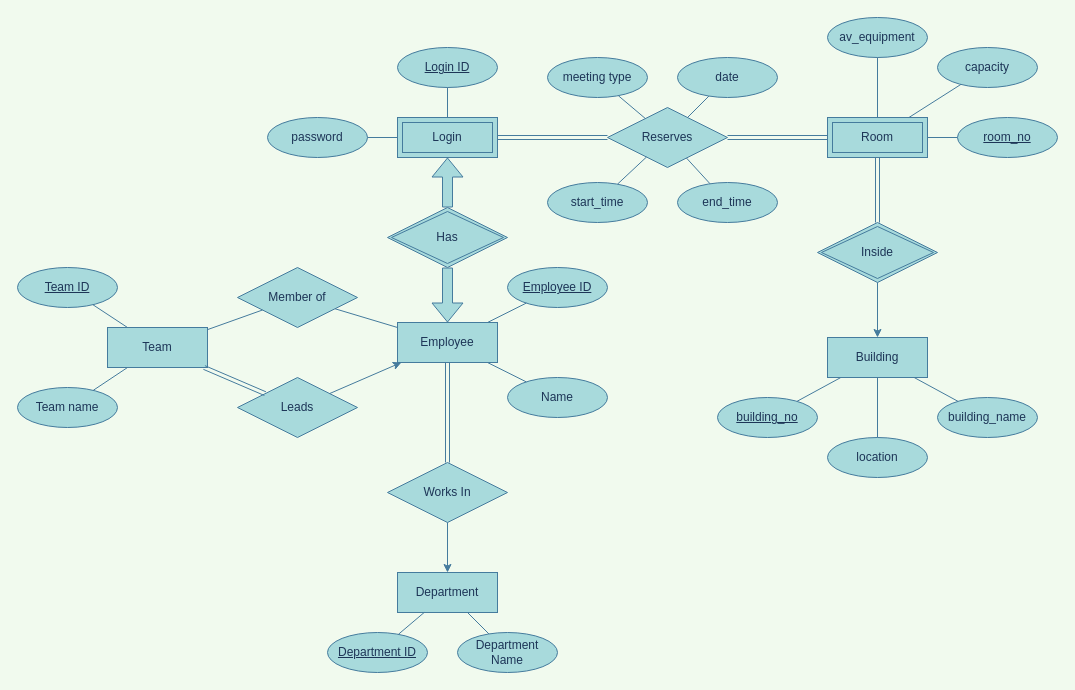
Above: er_design.drawio in caltimmons/bifx530_project (draw.io), before the change. Source tidied: cells renumbered, new cells numbered last; positions are measured from the earlier drawing's top-left corner, leaving out a move shared by most shapes. Both pictures are drawn from the tidied source at 100%, with x=0, y=0 at pixel (17, 17).
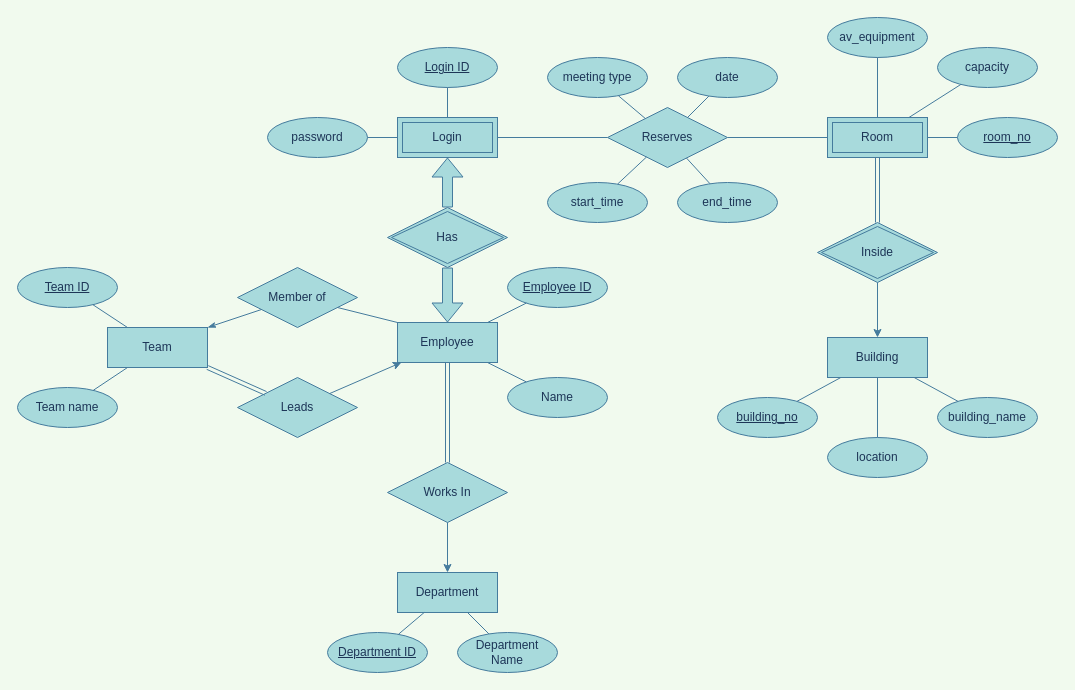
The same page after the edit.

Unchanged cells that the change refers to:
```xml
<mxCell id="3" value="Employee" style="whiteSpace=wrap;html=1;align=center;fillColor=#A8DADC;strokeColor=#457B9D;fontColor=#1D3557;" parent="1" vertex="1">
  <mxGeometry x="380" y="305" width="100" height="40" as="geometry" />
</mxCell>
<mxCell id="6" value="Reserves" style="shape=rhombus;perimeter=rhombusPerimeter;whiteSpace=wrap;html=1;align=center;fillColor=#A8DADC;strokeColor=#457B9D;fontColor=#1D3557;" parent="1" vertex="1">
  <mxGeometry x="590" y="90" width="120" height="60" as="geometry" />
</mxCell>
<mxCell id="7" value="Room" style="shape=ext;margin=3;double=1;whiteSpace=wrap;html=1;align=center;fillColor=#A8DADC;strokeColor=#457B9D;fontColor=#1D3557;" parent="1" vertex="1">
  <mxGeometry x="810" y="100" width="100" height="40" as="geometry" />
</mxCell>
<mxCell id="22" value="Team" style="whiteSpace=wrap;html=1;align=center;fillColor=#A8DADC;strokeColor=#457B9D;fontColor=#1D3557;" parent="1" vertex="1">
  <mxGeometry x="90" y="310" width="100" height="40" as="geometry" />
</mxCell>
<mxCell id="34" value="Member of" style="shape=rhombus;perimeter=rhombusPerimeter;whiteSpace=wrap;html=1;align=center;fillColor=#A8DADC;strokeColor=#457B9D;fontColor=#1D3557;" parent="1" vertex="1">
  <mxGeometry x="220" y="250" width="120" height="60" as="geometry" />
</mxCell>
<mxCell id="35" value="Leads" style="shape=rhombus;perimeter=rhombusPerimeter;whiteSpace=wrap;html=1;align=center;fillColor=#A8DADC;strokeColor=#457B9D;fontColor=#1D3557;" parent="1" vertex="1">
  <mxGeometry x="220" y="360" width="120" height="60" as="geometry" />
</mxCell>
<mxCell id="61" value="Login" style="shape=ext;margin=3;double=1;whiteSpace=wrap;html=1;align=center;strokeColor=#457B9D;fillColor=#A8DADC;fontColor=#1D3557;" parent="1" vertex="1">
  <mxGeometry x="380" y="100" width="100" height="40" as="geometry" />
</mxCell>
```

The edit, as a diff of the source:
```diff
@@
-    <mxCell id="2" style="edgeStyle=none;jettySize=auto;html=1;startArrow=none;startFill=0;endArrow=none;endFill=0;shape=link;strokeColor=#457B9D;fontColor=#1D3557;labelBackgroundColor=#F1FAEE;" parent="1" edge="1" source="61" target="6">
+    <mxCell id="2" style="edgeStyle=none;jettySize=auto;html=1;startArrow=none;startFill=0;endArrow=none;endFill=0;strokeColor=#457B9D;fontColor=#1D3557;labelBackgroundColor=#F1FAEE;" parent="1" edge="1" source="61" target="6">
       <mxGeometry relative="1" as="geometry" />
     </mxCell>
@@
-    <mxCell id="5" style="edgeStyle=none;jettySize=auto;html=1;startArrow=none;startFill=0;endArrow=none;endFill=0;shape=link;strokeColor=#457B9D;fontColor=#1D3557;labelBackgroundColor=#F1FAEE;" parent="1" edge="1" source="6" target="7">
+    <mxCell id="5" style="edgeStyle=none;jettySize=auto;html=1;startArrow=none;startFill=0;endArrow=none;endFill=0;strokeColor=#457B9D;fontColor=#1D3557;labelBackgroundColor=#F1FAEE;" parent="1" edge="1" source="6" target="7">
       <mxGeometry relative="1" as="geometry" />
     </mxCell>
@@
-    <mxCell id="36" style="endArrow=none;html=1;shape=link;strokeColor=#457B9D;fontColor=#1D3557;labelBackgroundColor=#F1FAEE;" parent="1" edge="1" source="22" target="35">
+    <mxCell id="36" style="endArrow=none;html=1;shape=link;strokeColor=#457B9D;fontColor=#1D3557;labelBackgroundColor=#F1FAEE;exitX=1;exitY=1;exitDx=0;exitDy=0;" parent="1" edge="1" source="22" target="35">
       <mxGeometry relative="1" as="geometry" />
     </mxCell>
-    <mxCell id="37" style="endArrow=none;html=1;strokeColor=#457B9D;fontColor=#1D3557;labelBackgroundColor=#F1FAEE;" parent="1" edge="1" source="22" target="34">
+    <mxCell id="37" style="endArrow=none;html=1;strokeColor=#457B9D;fontColor=#1D3557;labelBackgroundColor=#F1FAEE;exitX=1;exitY=0;exitDx=0;exitDy=0;startArrow=classicThin;startFill=1;" parent="1" edge="1" source="22" target="34">
       <mxGeometry relative="1" as="geometry" />
     </mxCell>
-    <mxCell id="38" style="endArrow=none;html=1;strokeColor=#457B9D;fontColor=#1D3557;labelBackgroundColor=#F1FAEE;" parent="1" edge="1" source="34" target="3">
+    <mxCell id="38" style="endArrow=none;html=1;strokeColor=#457B9D;fontColor=#1D3557;labelBackgroundColor=#F1FAEE;entryX=0;entryY=0;entryDx=0;entryDy=0;" parent="1" edge="1" source="34" target="3">
       <mxGeometry relative="1" as="geometry" />
     </mxCell>
```
